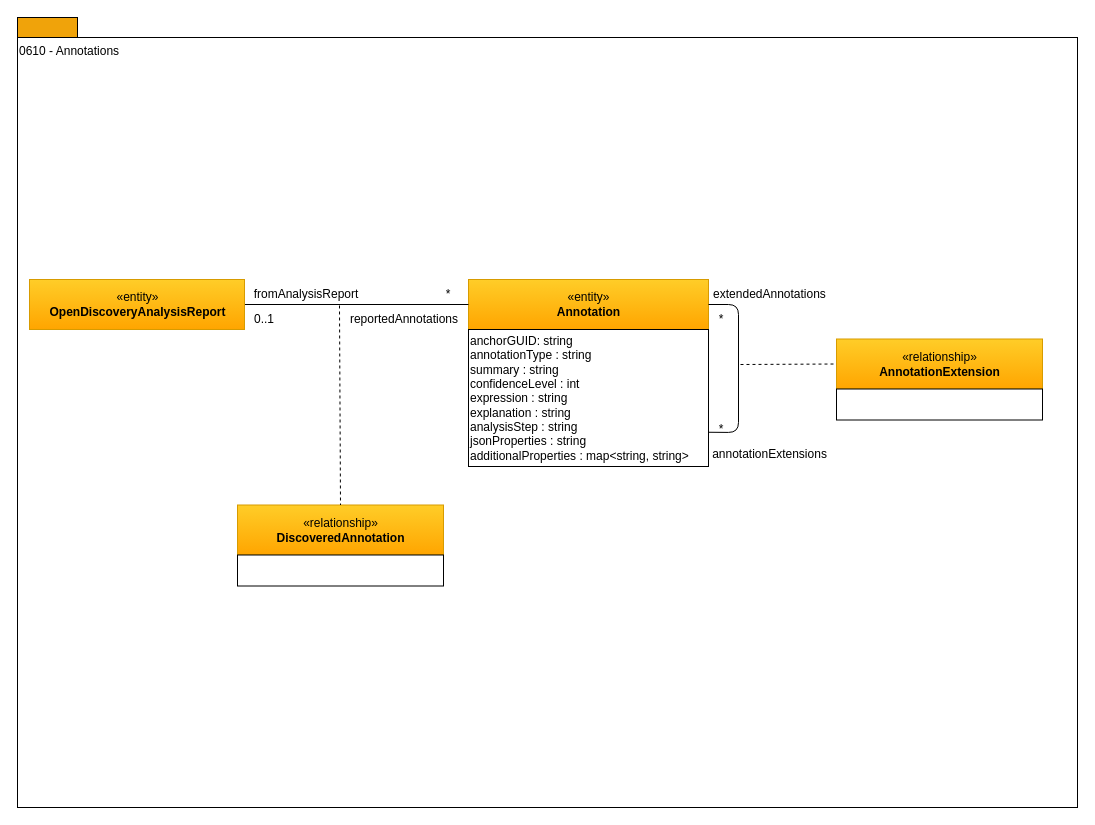
This is page "0610-Annotations" (6 of 18) of open-metadata-publication/website/open-metadata-types/area-6-discovery.drawio from odpi/egeria, a draw.io file, before an edit. Source tidied: cells renumbered, new cells numbered last; positions are measured from the earlier drawing's top-left corner, leaving out a move shared by most shapes. Both pictures are drawn from the tidied source at 100%, with x=0, y=0 at pixel (17, 17).
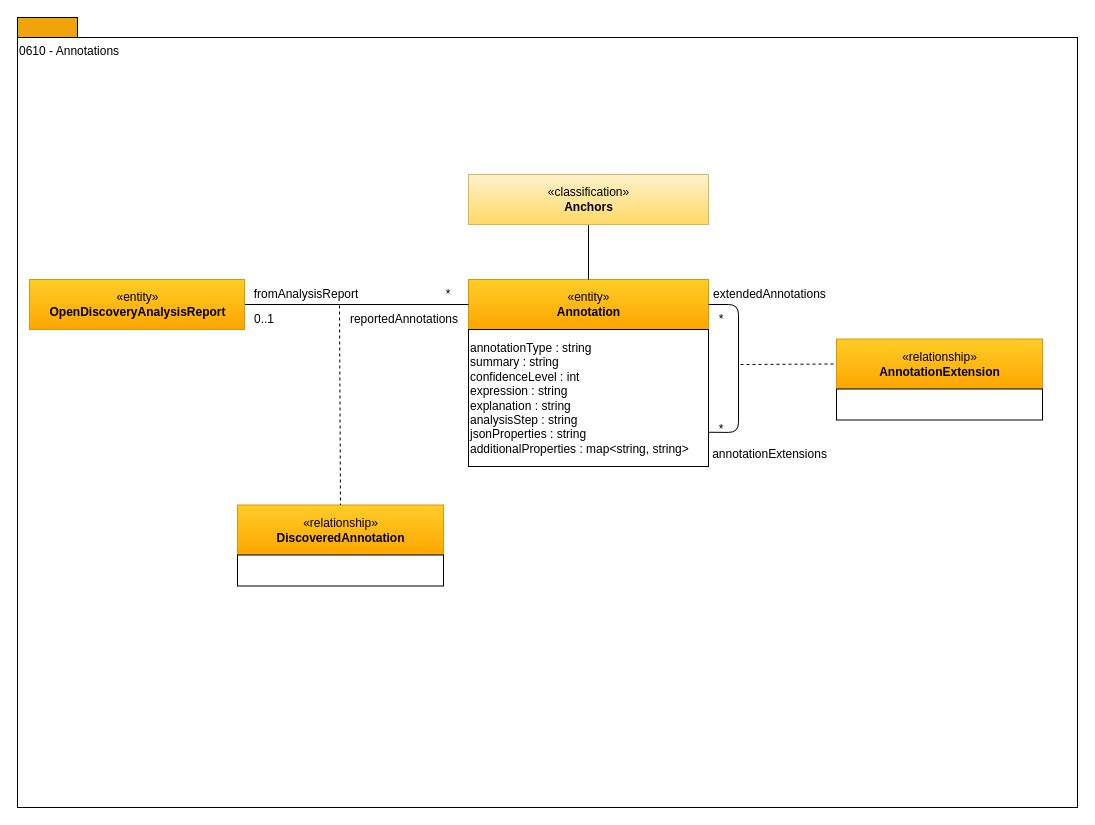
After the change.

Unchanged cells that the change refers to:
```xml
<mxCell id="4" value="«entity»&lt;br&gt;&lt;b&gt;Annotation&lt;/b&gt;" style="html=1;strokeColor=#d79b00;align=center;fillColor=#ffcd28;gradientColor=#ffa500;" parent="1" vertex="1">
  <mxGeometry x="451" y="262" width="240" height="50" as="geometry" />
</mxCell>
```

What changed in the source:
```diff
@@
-    <mxCell id="5" value="anchorGUID: string&lt;br&gt;annotationType : string&lt;br&gt;summary : string&lt;br&gt;confidenceLevel : int&lt;br&gt;expression : string&lt;br&gt;explanation : string&lt;br&gt;analysisStep : string&lt;br&gt;jsonProperties : string&lt;br&gt;additionalProperties : map&amp;lt;string, string&amp;gt;&lt;br&gt;" style="rounded=0;whiteSpace=wrap;html=1;strokeColor=#000000;gradientColor=#ffffff;align=left;" parent="1" vertex="1">
+    <mxCell id="5" value="annotationType : string&lt;br&gt;summary : string&lt;br&gt;confidenceLevel : int&lt;br&gt;expression : string&lt;br&gt;explanation : string&lt;br&gt;analysisStep : string&lt;br&gt;jsonProperties : string&lt;br&gt;additionalProperties : map&amp;lt;string, string&amp;gt;" style="rounded=0;whiteSpace=wrap;html=1;strokeColor=#000000;gradientColor=#ffffff;align=left;" parent="1" vertex="1">
       <mxGeometry x="451" y="312" width="240" height="137" as="geometry" />
     </mxCell>
@@
+    <mxCell id="23" style="edgeStyle=orthogonalEdgeStyle;rounded=0;jettySize=auto;html=1;endArrow=none;endFill=0;" parent="1" edge="1" source="4" target="24">
+      <mxGeometry relative="1" as="geometry" />
+    </mxCell>
+    <mxCell id="24" value="«classification»&lt;br&gt;&lt;b&gt;Anchors&lt;/b&gt;" style="html=1;strokeColor=#d6b656;align=center;fillColor=#fff2cc;gradientColor=#ffd966;" parent="1" vertex="1">
+      <mxGeometry x="451" y="157" width="240" height="50" as="geometry" />
+    </mxCell>
```
